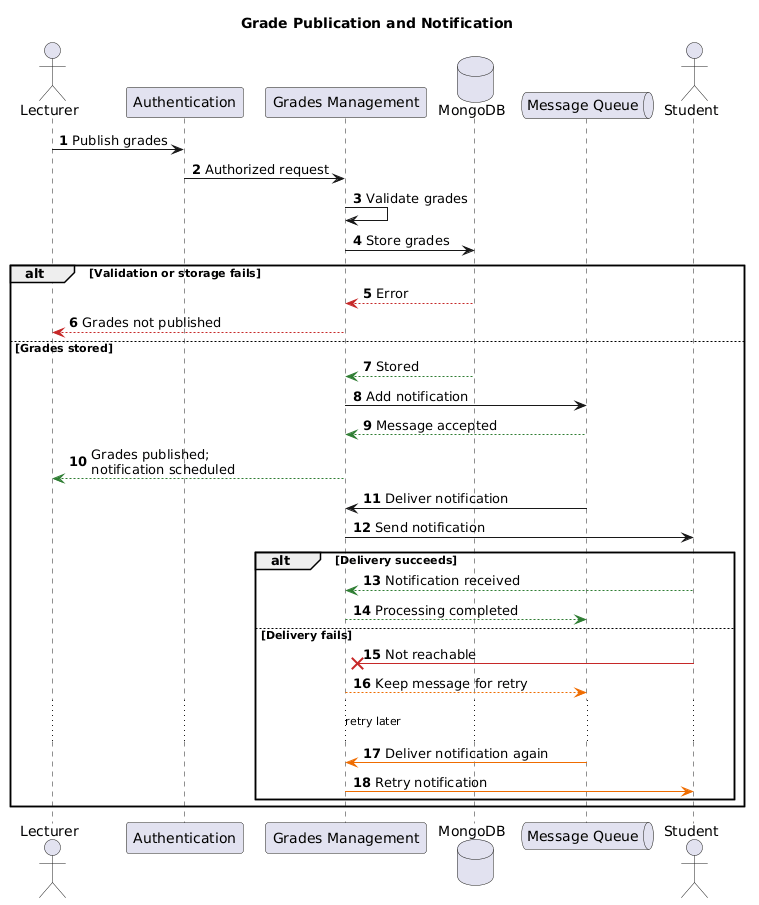
The PlantUML diagram images/runtimeview_gradepublication.png in ivkivi/arc42MD-GR9, before a commit.
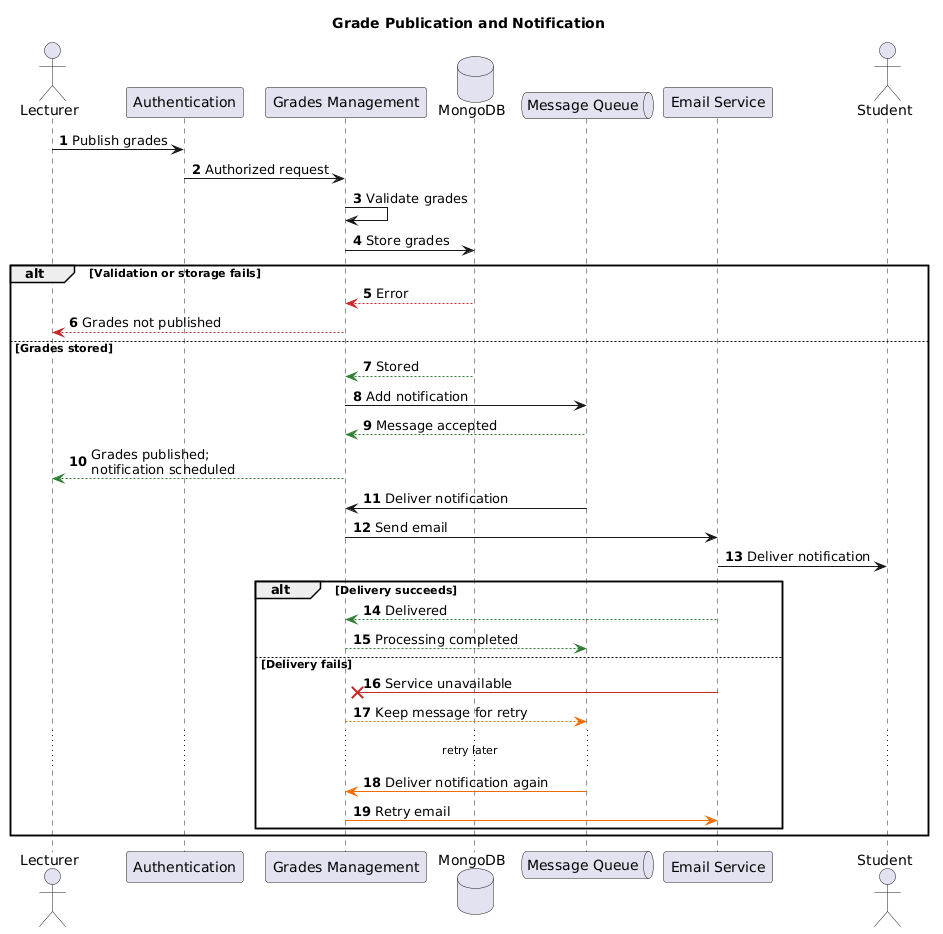
After the commit.

Diff of the diagram source:
```diff
@@ -10,6 +10,7 @@
 participant "Grades Management" as Grades
 database "MongoDB" as DB
 queue "Message Queue" as Queue
+participant "Email Service" as Email
 actor Student
 
 Lecturer -> Auth : Publish grades
@@ -27,19 +28,20 @@
     Grades -[#2E7D32]--> Lecturer : Grades published;\nnotification scheduled
 
     Queue -> Grades : Deliver notification
-    Grades -> Student : Send notification
+    Grades -> Email : Send email
+    Email -> Student : Deliver notification
 
     alt Delivery succeeds
-        Student -[#2E7D32]--> Grades : Notification received
+        Email -[#2E7D32]--> Grades : Delivered
         Grades -[#2E7D32]--> Queue : Processing completed
     else Delivery fails
-        Student -[#C62828]x Grades : Not reachable
+        Email -[#C62828]x Grades : Service unavailable
         Grades -[#EF6C00]--> Queue : Keep message for retry
 
         ... retry later ...
 
         Queue -[#EF6C00]> Grades : Deliver notification again
-        Grades -[#EF6C00]> Student : Retry notification
+        Grades -[#EF6C00]> Email : Retry email
     end
 end
 @enduml
```
